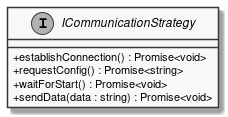
Earlier version of the PlantUML export documents/sd/resources/Classes/BrowserExtension/BackGround/ICommunicationStrategy.png (insightmind/MORR).
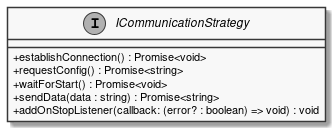
The same file after the commit.

What changed in the source:
```diff
@@ -7,6 +7,7 @@
     + establishConnection() : Promise<void>
     + requestConfig() : Promise<string>
     + waitForStart() : Promise<void>
-    + sendData(data : string) : Promise<void>
+    + sendData(data : string) : Promise<string>
+    + addOnStopListener(callback: (error? : boolean) => void) : void
 }
 @enduml
```
